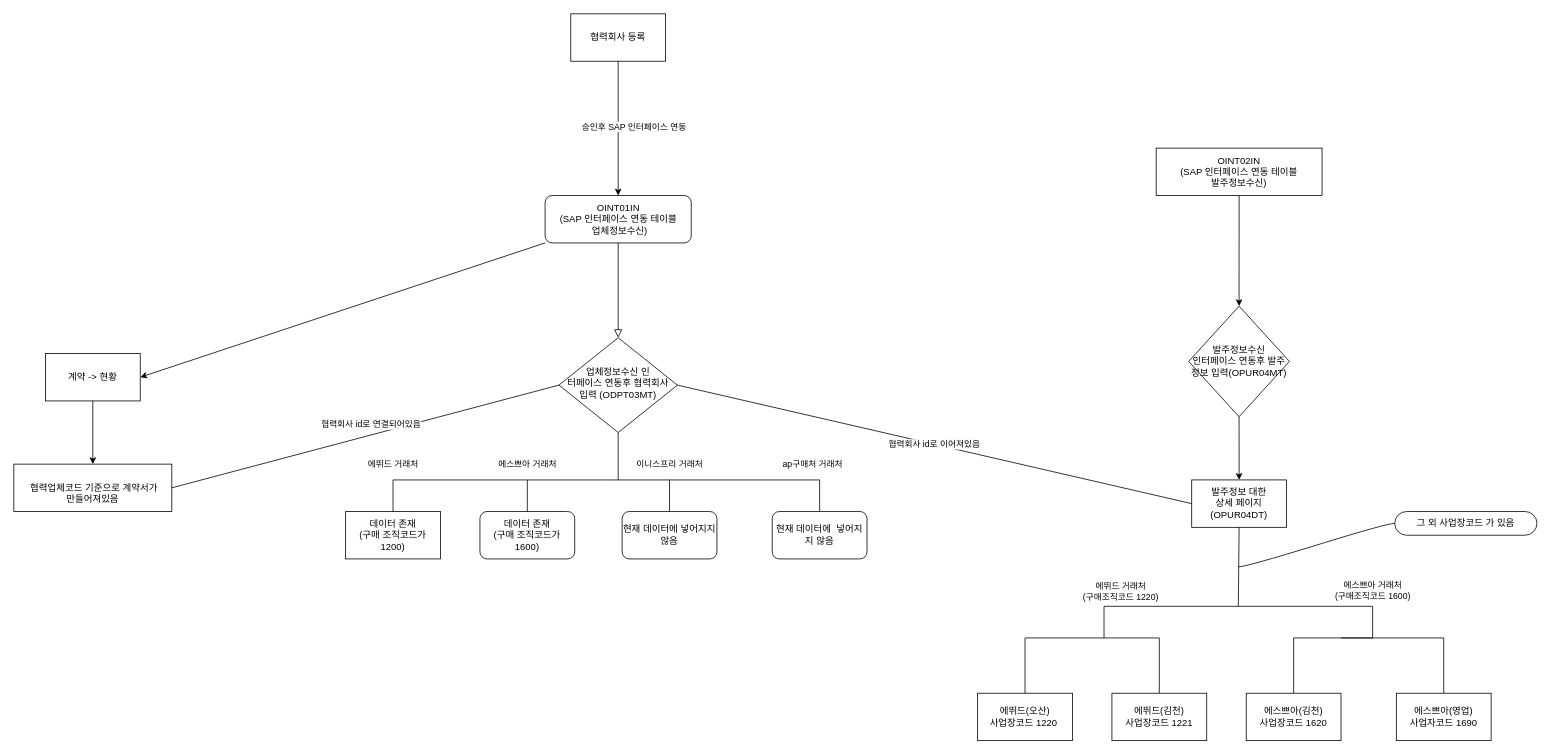
Earlier version of the draw.io diagram 제목 없는 다이어그램.drawio (jeahuck/yang). Source tidied: cells renumbered, new cells numbered last; positions are measured from the earlier drawing's top-left corner, leaving out a move shared by most shapes. Both pictures are drawn from the tidied source at 79%, with x=0, y=0 at pixel (13, 13).
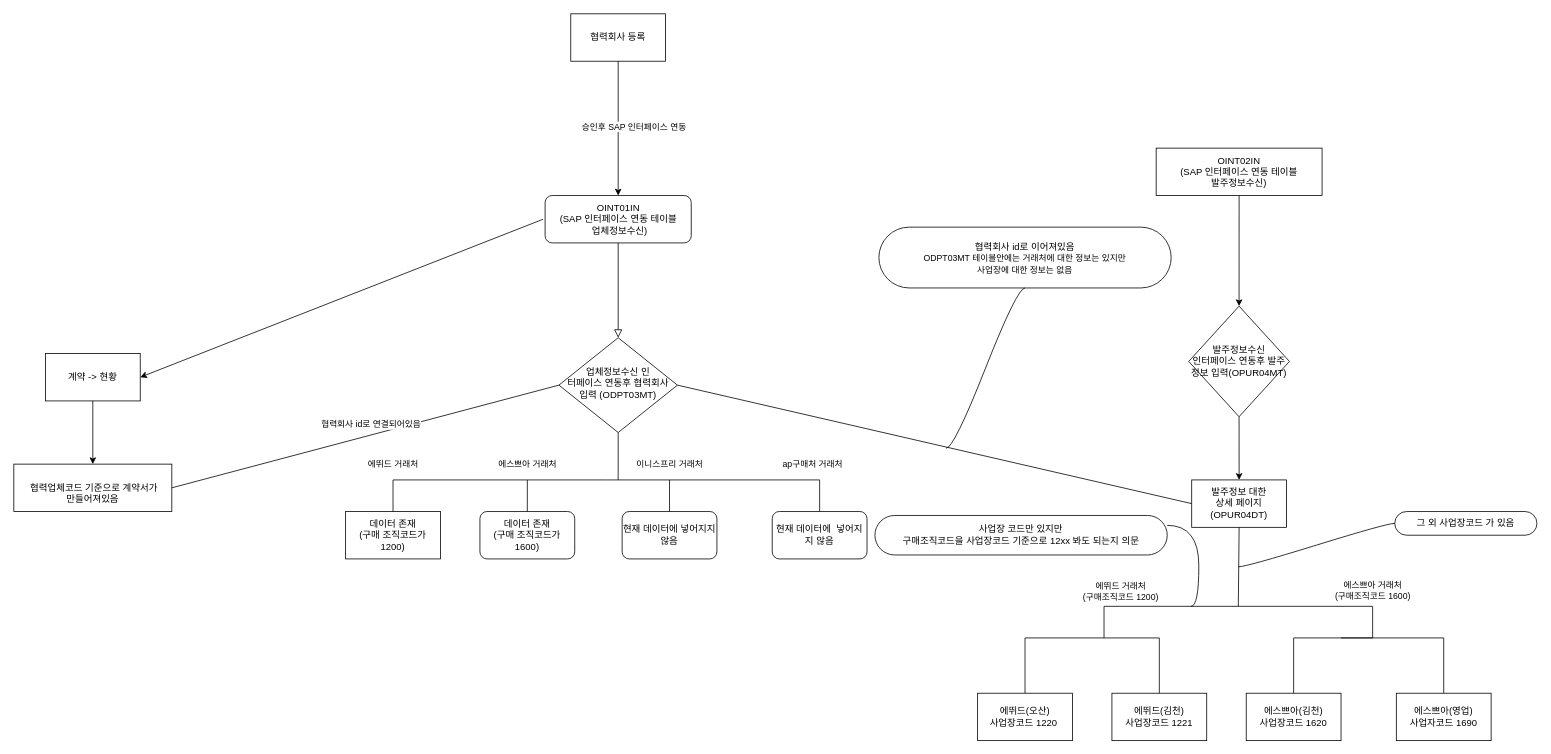
The same diagram, later.

Commit message:
에뛰드_발주 업데이트

Unchanged cells that the change refers to:
```xml
<mxCell id="3" value="OINT01IN&lt;br&gt;(SAP 인터페이스 연동 테이블&lt;br&gt;&amp;nbsp;업체정보수신)" style="rounded=1;whiteSpace=wrap;html=1;fontSize=12;glass=0;strokeWidth=1;shadow=0;labelBackgroundColor=none;" parent="1" vertex="1">
  <mxGeometry x="672.5" y="230" width="185" height="60" as="geometry" />
</mxCell>
<mxCell id="4" value="업체정보수신 인&lt;br&gt;터페이스 연동후 협력회사&lt;br&gt;입력 (ODPT03MT)" style="rhombus;whiteSpace=wrap;html=1;shadow=0;fontFamily=Helvetica;fontSize=12;align=center;strokeWidth=1;spacing=6;spacingTop=-4;labelBackgroundColor=none;" parent="1" vertex="1">
  <mxGeometry x="690" y="410" width="150" height="120" as="geometry" />
</mxCell>
<mxCell id="13" value="발주정보 대한 &lt;br&gt;상세 페이지&lt;br&gt;(OPUR04DT)" style="rounded=0;whiteSpace=wrap;html=1;" parent="1" vertex="1">
  <mxGeometry x="1491" y="590" width="120" height="60" as="geometry" />
</mxCell>
<mxCell id="19" style="endArrow=none;html=1;rounded=0;exitX=0.5;exitY=0;exitDx=0;exitDy=0;entryX=0.5;entryY=1;entryDx=0;entryDy=0;" parent="1" edge="1" source="21" target="13">
  <mxGeometry relative="1" as="geometry">
    <Array as="points">
      <mxPoint x="1280" y="790" />
      <mxPoint x="1380" y="790" />
      <mxPoint x="1380" y="750" />
      <mxPoint x="1550" y="750" />
    </Array>
  </mxGeometry>
</mxCell>
<mxCell id="31" value="계약 -&amp;gt; 현황" style="rounded=0;whiteSpace=wrap;html=1;" parent="1" vertex="1">
  <mxGeometry x="40" y="430" width="120" height="60" as="geometry" />
</mxCell>
```

Diff of the diagram source:
```diff
@@
-    <mxCell id="20" value="에뛰드 거래처&lt;br&gt;(구매조직코드 1220)" style="edgeLabel;html=1;align=center;verticalAlign=middle;" parent="19" vertex="1">
+    <mxCell id="20" value="에뛰드 거래처&lt;br&gt;(구매조직코드 1200)" style="edgeLabel;html=1;align=center;verticalAlign=middle;" parent="19" vertex="1">
       <mxGeometry x="-0.19" relative="1" as="geometry">
         <mxPoint x="20" y="-36" as="offset" />
       </mxGeometry>
     </mxCell>
@@
-    <mxCell id="30" style="endArrow=classic;html=1;rounded=0;exitX=0;exitY=1;exitDx=0;exitDy=0;entryX=1;entryY=0.5;entryDx=0;entryDy=0;" parent="1" edge="1" source="3" target="31">
-      <mxGeometry relative="1" as="geometry" />
+    <mxCell id="30" style="endArrow=classic;html=1;rounded=0;entryX=1;entryY=0.5;entryDx=0;entryDy=0;" parent="1" edge="1" target="31">
+      <mxGeometry relative="1" as="geometry">
+        <mxPoint x="670" y="260" as="sourcePoint" />
+      </mxGeometry>
     </mxCell>
@@
-    <mxCell id="38" value="협력회사 id로 이어져있음" style="endArrow=none;html=1;rounded=0;exitX=1;exitY=0.5;exitDx=0;exitDy=0;entryX=0;entryY=0.5;entryDx=0;entryDy=0;" parent="1" edge="1" source="4" target="13">
-      <mxGeometry relative="1" as="geometry" />
+    <mxCell id="38" style="endArrow=none;html=1;rounded=0;exitX=1;exitY=0.5;exitDx=0;exitDy=0;entryX=0;entryY=0.5;entryDx=0;entryDy=0;" parent="1" edge="1" source="4" target="13">
+      <mxGeometry x="-0.34" y="20" relative="1" as="geometry" />
     </mxCell>
+    <mxCell id="39" value="협력회사 id로 이어져있음&lt;br style=&quot;border-color: var(--border-color); font-size: 11px;&quot;&gt;&lt;span style=&quot;font-size: 11px; background-color: rgb(255, 255, 255);&quot;&gt;ODPT03MT 테이블안에는 거래처에 대한 정보는 있지만&lt;/span&gt;&lt;br style=&quot;border-color: var(--border-color); font-size: 11px;&quot;&gt;&lt;span style=&quot;font-size: 11px; background-color: rgb(255, 255, 255);&quot;&gt;사업장에 대한 정보는 없음&lt;/span&gt;" style="whiteSpace=wrap;html=1;rounded=1;arcSize=50;align=center;verticalAlign=middle;strokeWidth=1;spacing=4;newEdgeStyle={&quot;edgeStyle&quot;:&quot;entityRelationEdgeStyle&quot;,&quot;startArrow&quot;:&quot;none&quot;,&quot;endArrow&quot;:&quot;none&quot;,&quot;segment&quot;:10,&quot;curved&quot;:1,&quot;sourcePerimeterSpacing&quot;:0,&quot;targetPerimeterSpacing&quot;:0};" parent="1" vertex="1">
+      <mxGeometry x="1095" y="270" width="370" height="77" as="geometry" />
+    </mxCell>
+    <mxCell id="40" style="edgeStyle=entityRelationEdgeStyle;startArrow=none;endArrow=none;segment=10;curved=1;sourcePerimeterSpacing=0;targetPerimeterSpacing=0;rounded=0;entryX=0.5;entryY=1;entryDx=0;entryDy=0;" parent="1" edge="1" target="39">
+      <mxGeometry relative="1" as="geometry">
+        <mxPoint x="1180" y="550" as="sourcePoint" />
+      </mxGeometry>
+    </mxCell>
+    <mxCell id="41" value="사업장 코드만 있지만&lt;br&gt;구매조직코드을 사업장코드 기준으로 12xx 봐도 되는지 의문" style="whiteSpace=wrap;html=1;rounded=1;arcSize=50;align=center;verticalAlign=middle;strokeWidth=1;spacing=4;newEdgeStyle={&quot;edgeStyle&quot;:&quot;entityRelationEdgeStyle&quot;,&quot;startArrow&quot;:&quot;none&quot;,&quot;endArrow&quot;:&quot;none&quot;,&quot;segment&quot;:10,&quot;curved&quot;:1,&quot;sourcePerimeterSpacing&quot;:0,&quot;targetPerimeterSpacing&quot;:0};" parent="1" vertex="1">
+      <mxGeometry x="1090" y="635" width="370" height="50" as="geometry" />
+    </mxCell>
+    <mxCell id="42" style="edgeStyle=entityRelationEdgeStyle;startArrow=none;endArrow=none;segment=10;curved=1;sourcePerimeterSpacing=0;targetPerimeterSpacing=0;rounded=0;entryX=1;entryY=0.25;entryDx=0;entryDy=0;" parent="1" edge="1" target="41">
+      <mxGeometry relative="1" as="geometry">
+        <mxPoint x="1490" y="750" as="sourcePoint" />
+      </mxGeometry>
+    </mxCell>
```
